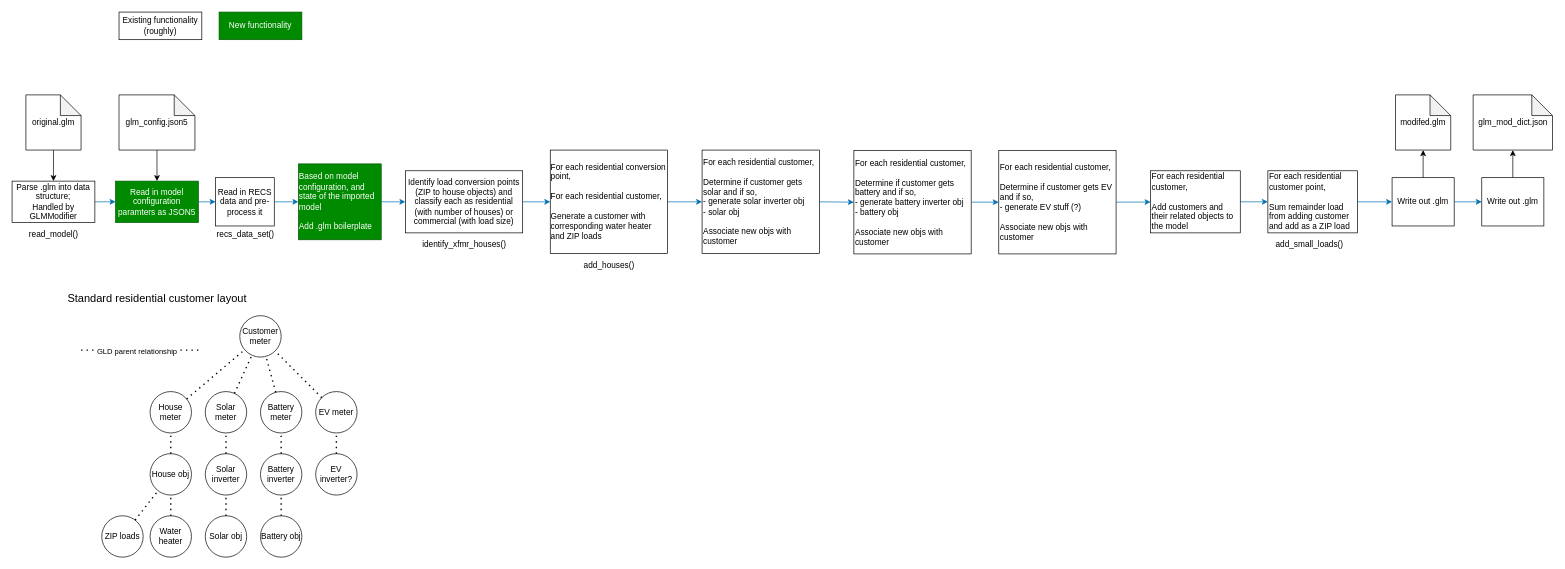
Before: doc/design/feeder_generator/feeder_population_flowchart.drawio in pnnl/tesp, a draw.io diagram. Source tidied: cells renumbered, new cells numbered last; positions are measured from the earlier drawing's top-left corner, leaving out a move shared by most shapes. Both pictures are drawn from the tidied source at 69%, with x=0, y=0 at pixel (12, 12).
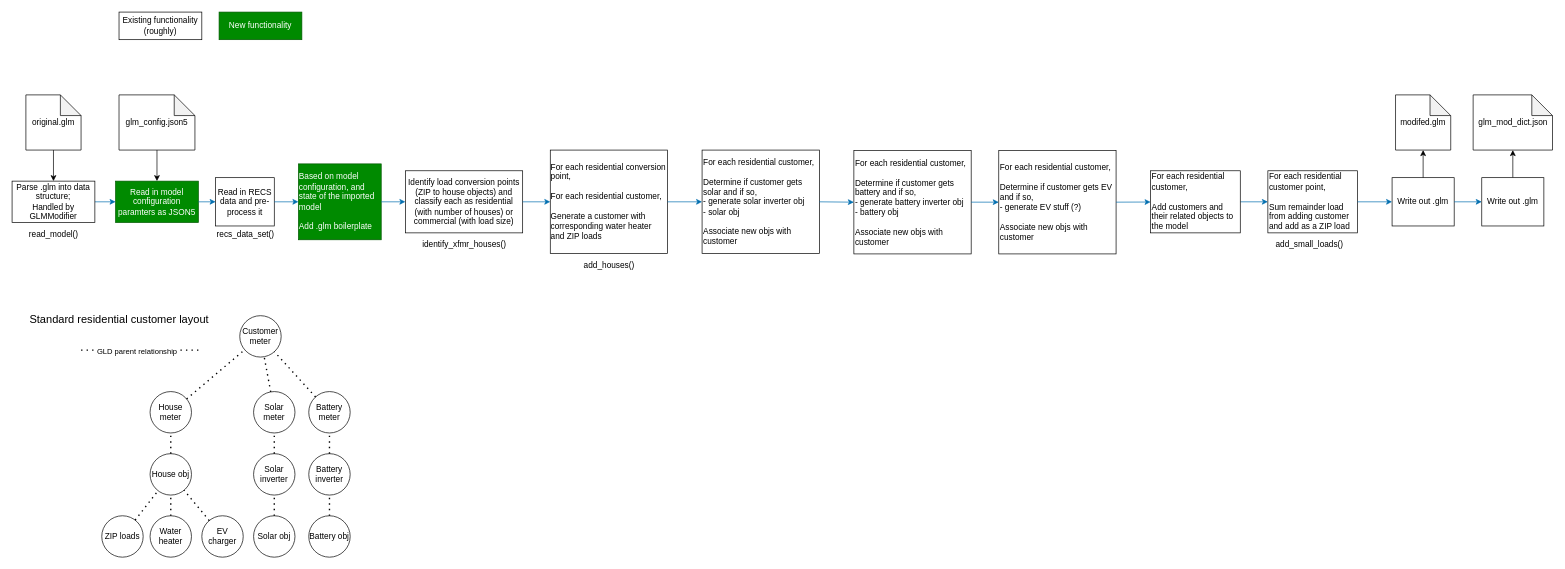
The same diagram, later.

Commit message:
Update standard .glm residential model to put EV charger as a child to a house

Unchanged cells that the change refers to:
```xml
<mxCell id="19" value="Customer meter" style="ellipse;whiteSpace=wrap;html=1;" parent="1" vertex="1">
  <mxGeometry x="330" y="440" width="60" height="60" as="geometry" />
</mxCell>
<mxCell id="30" value="House obj" style="ellipse;whiteSpace=wrap;html=1;" parent="1" vertex="1">
  <mxGeometry x="200" y="640" width="60" height="60" as="geometry" />
</mxCell>
```

The edit, as a diff of the source:
```diff
@@
     <mxCell id="21" value="Solar meter" style="ellipse;whiteSpace=wrap;html=1;" parent="1" vertex="1">
-      <mxGeometry x="280" y="550" width="60" height="60" as="geometry" />
+      <mxGeometry x="350" y="550" width="60" height="60" as="geometry" />
     </mxCell>
     <mxCell id="22" value="Battery meter" style="ellipse;whiteSpace=wrap;html=1;" parent="1" vertex="1">
-      <mxGeometry x="360" y="550" width="60" height="60" as="geometry" />
+      <mxGeometry x="430" y="550" width="60" height="60" as="geometry" />
     </mxCell>
-    <mxCell id="23" value="EV meter" style="ellipse;whiteSpace=wrap;html=1;" parent="1" vertex="1">
-      <mxGeometry x="440" y="550" width="60" height="60" as="geometry" />
-    </mxCell>
@@
-    <mxCell id="27" style="endArrow=none;dashed=1;html=1;dashPattern=1 3;strokeWidth=2;" parent="1" edge="1" source="23" target="19">
-      <mxGeometry relative="1" as="geometry" />
-    </mxCell>
@@
     <mxCell id="36" value="Solar inverter" style="ellipse;whiteSpace=wrap;html=1;" parent="1" vertex="1">
-      <mxGeometry x="280" y="640" width="60" height="60" as="geometry" />
+      <mxGeometry x="350" y="640" width="60" height="60" as="geometry" />
     </mxCell>
     <mxCell id="37" value="Battery inverter" style="ellipse;whiteSpace=wrap;html=1;" parent="1" vertex="1">
-      <mxGeometry x="360" y="640" width="60" height="60" as="geometry" />
+      <mxGeometry x="430" y="640" width="60" height="60" as="geometry" />
     </mxCell>
-    <mxCell id="38" value="EV inverter?" style="ellipse;whiteSpace=wrap;html=1;" parent="1" vertex="1">
-      <mxGeometry x="440" y="640" width="60" height="60" as="geometry" />
-    </mxCell>
@@
-    <mxCell id="41" style="endArrow=none;dashed=1;html=1;dashPattern=1 3;strokeWidth=2;" parent="1" edge="1" source="38" target="23">
-      <mxGeometry relative="1" as="geometry" />
-    </mxCell>
     <mxCell id="42" value="Solar obj" style="ellipse;whiteSpace=wrap;html=1;" parent="1" vertex="1">
-      <mxGeometry x="280" y="730" width="60" height="60" as="geometry" />
+      <mxGeometry x="350" y="730" width="60" height="60" as="geometry" />
     </mxCell>
     <mxCell id="43" value="Battery obj" style="ellipse;whiteSpace=wrap;html=1;" parent="1" vertex="1">
-      <mxGeometry x="360" y="730" width="60" height="60" as="geometry" />
+      <mxGeometry x="430" y="730" width="60" height="60" as="geometry" />
     </mxCell>
@@
     <mxCell id="46" value="&lt;font style=&quot;font-size: 16px;&quot;&gt;Standard residential customer layout&lt;/font&gt;" style="text;html=1;align=center;verticalAlign=middle;strokeColor=none;fillColor=none;" parent="1" vertex="1">
-      <mxGeometry x="70" y="400" width="280" height="30" as="geometry" />
+      <mxGeometry x="15" y="430" width="280" height="30" as="geometry" />
     </mxCell>
@@
+    <mxCell id="70" value="EV charger" style="ellipse;whiteSpace=wrap;html=1;" parent="1" vertex="1">
+      <mxGeometry x="275" y="730" width="60" height="60" as="geometry" />
+    </mxCell>
+    <mxCell id="71" style="endArrow=none;dashed=1;html=1;dashPattern=1 3;strokeWidth=2;" parent="1" edge="1" source="70" target="30">
+      <mxGeometry relative="1" as="geometry" />
+    </mxCell>
```
